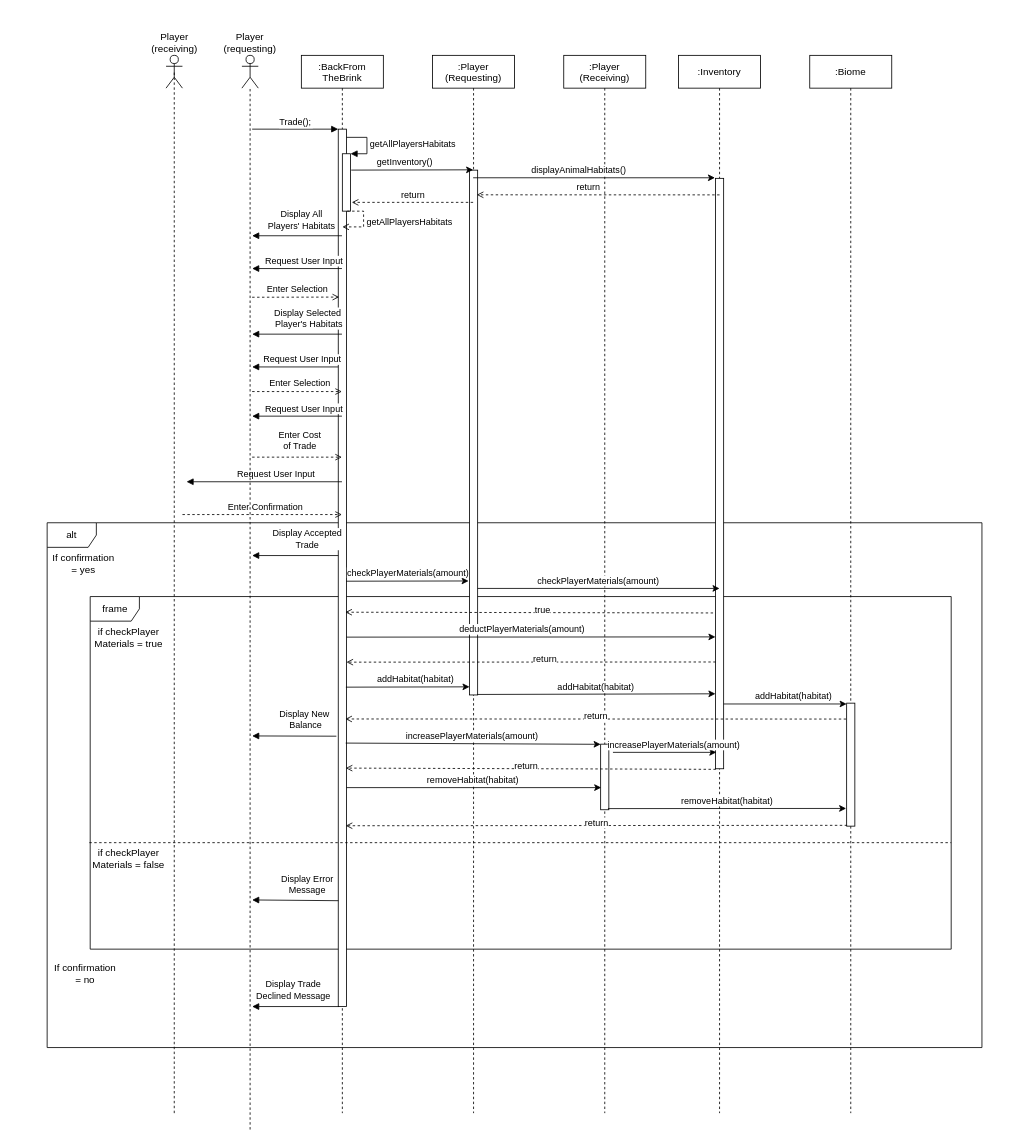
Earlier version of the draw.io diagram Documentation/Sequence Diagrams/Trade Animal Habitat SD (draft).drawio (cmcgarry5/csc2058-2021-g25). Source tidied: cells renumbered, new cells numbered last; positions are measured from the earlier drawing's top-left corner, leaving out a move shared by most shapes. Both pictures are drawn from the tidied source at 82%, with x=0, y=0 at pixel (45, 30).
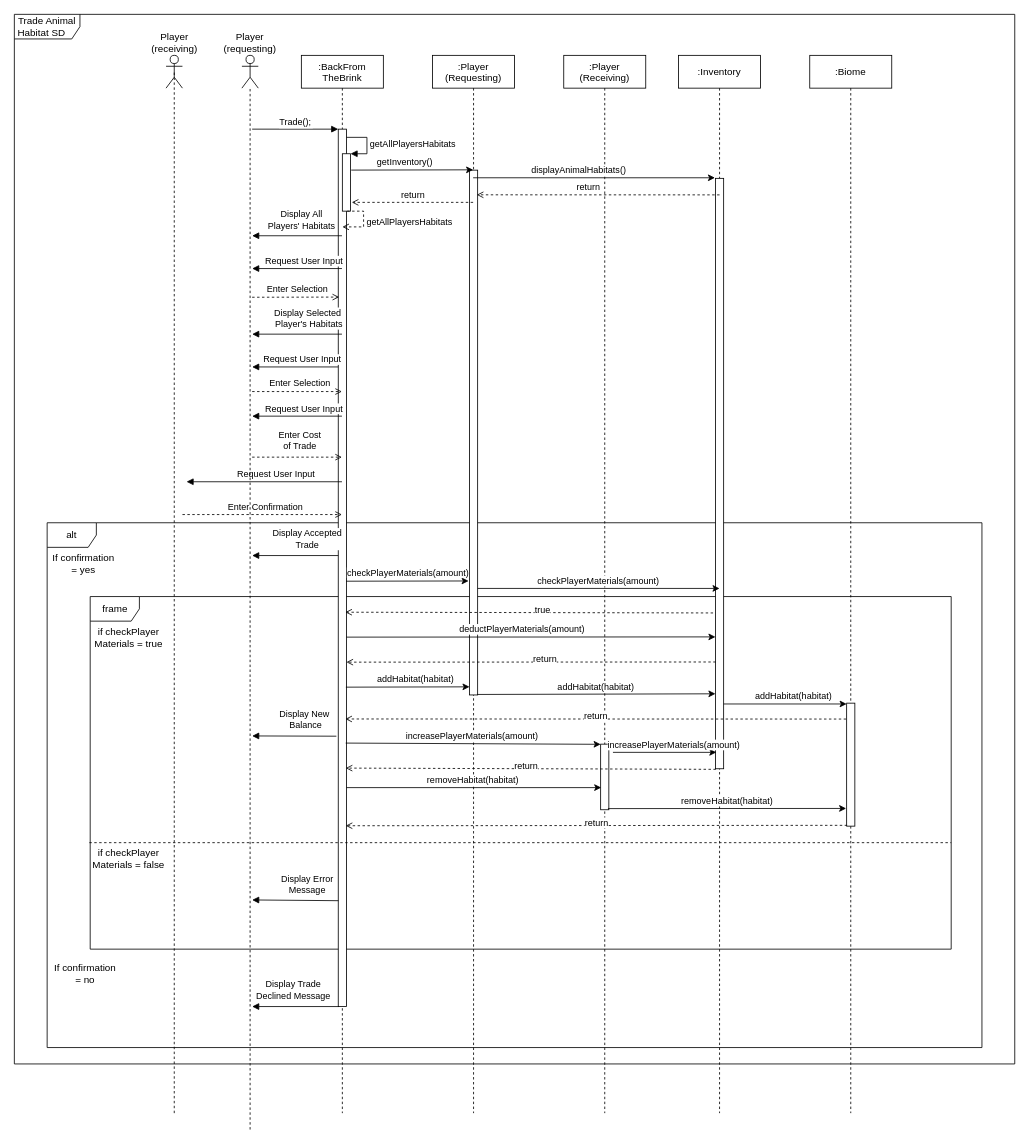
The same diagram, later.

Change to the diagram source:
```diff
@@
+    <mxCell id="93" value="Trade Animal Habitat SD&amp;nbsp; &amp;nbsp;&amp;nbsp;" style="shape=umlFrame;whiteSpace=wrap;html=1;width=80;height=30;" parent="1" vertex="1">
+      <mxGeometry x="-38" y="-20" width="1220" height="1280" as="geometry" />
+    </mxCell>
```
